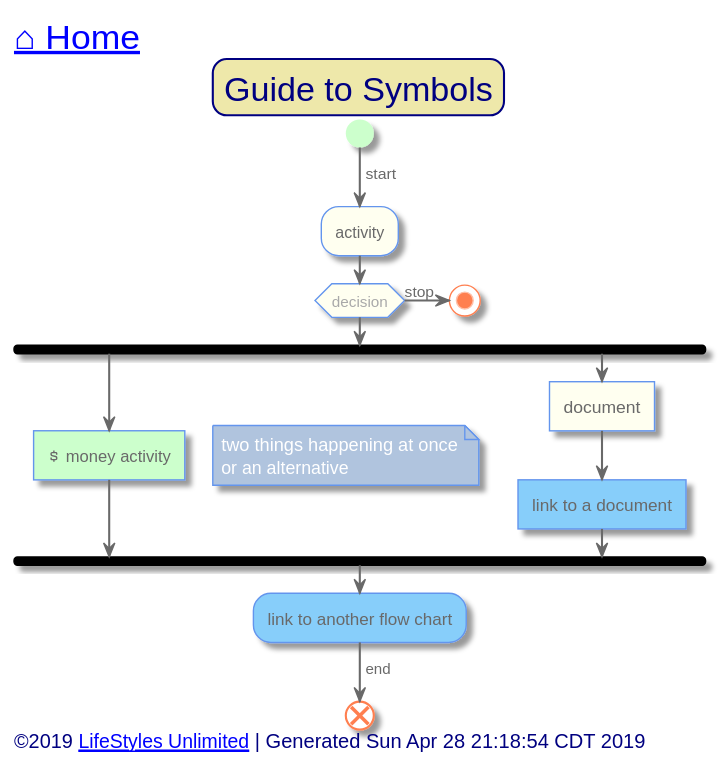
toddmo/lifestylesunlimited keeps this PlantUML diagram as out/src/common/symbol-guide.svg. Above is the earlier version.
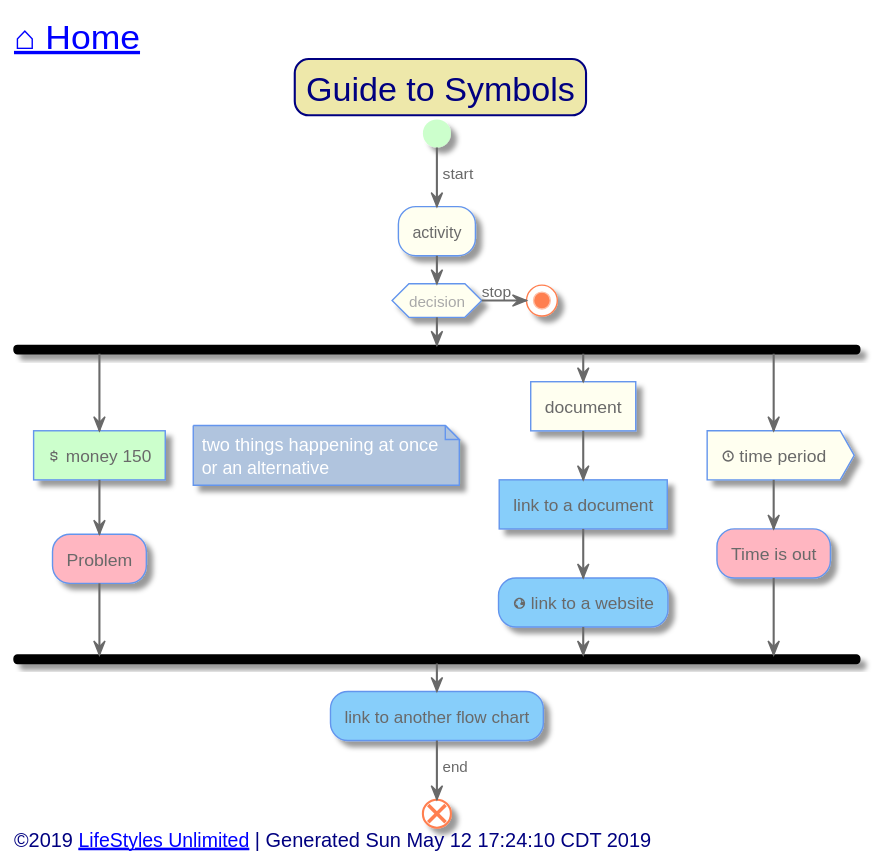
The same diagram one commit later.

Change to the diagram source:
```diff
@@ -90,11 +90,16 @@
 		stop
 	endif
 	fork
-		#PHYSICAL:<&dollar> money activity]
+		#PHYSICAL:<&dollar> money 150]
 		floating note right:two things happening at once\nor an alternative
+		#LightPink:Problem;
 	fork again
 		:document]
 		#LightSkyBlue:link to a document]
+		#LightSkyBlue:<&globe> link to a website;
+	fork again
+		:<&clock> time period>
+		#LightPink:Time is out;
 	end fork
 	#LightSkyBlue:link to another flow chart;
 	->end;
@@ -102,7 +107,7 @@
 
 
 left footer
-	<font size=14>©2019 [[http://www.lifestylesunlimited.com LifeStyles Unlimited]] | Generated Sun Apr 28 21:18:54 CDT 2019</font>
+	<font size=14>©2019 [[http://www.lifestylesunlimited.com LifeStyles Unlimited]] | Generated Sun May 12 17:24:10 CDT 2019</font>
 endfooter
 
 
```
